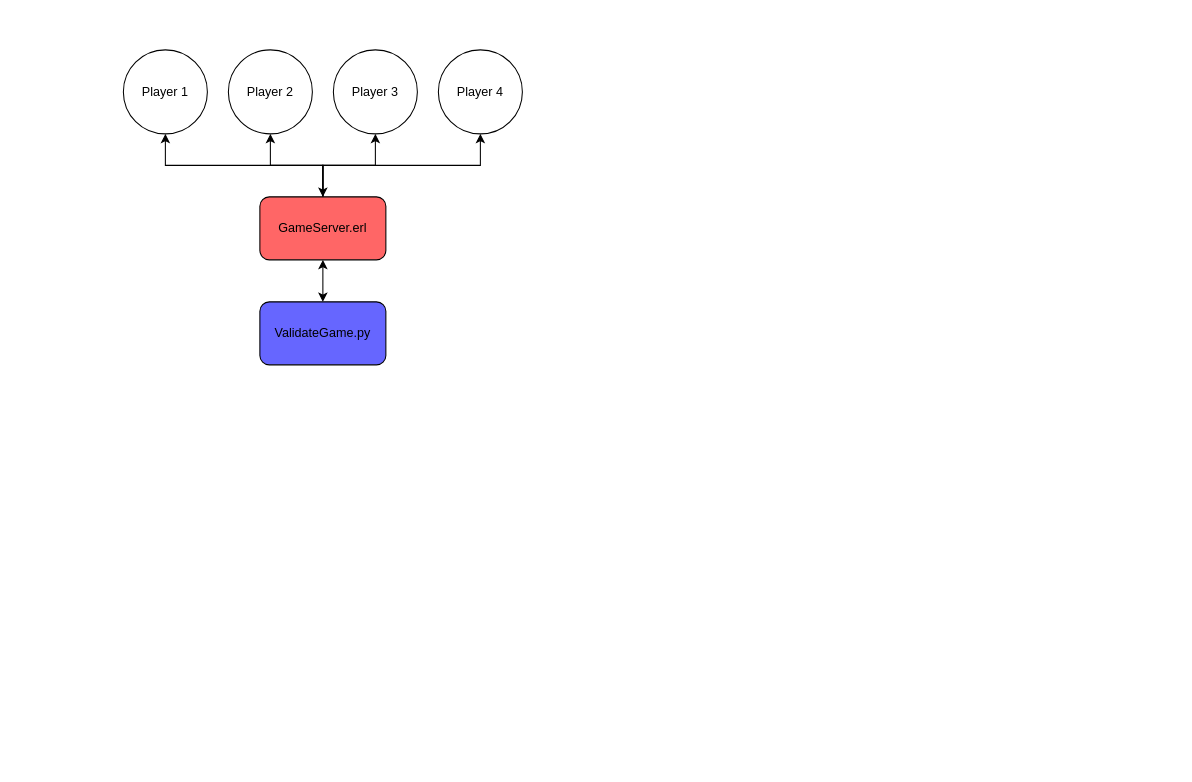
This is HalligameTopology.drawio from cole-glotfelty/Halligame, a draw.io file, before an edit. Source tidied: cells renumbered, new cells numbered last; positions are measured from the earlier drawing's top-left corner, leaving out a move shared by most shapes. Both pictures are drawn from the tidied source at 105%, with x=0, y=0 at pixel (123, 49).
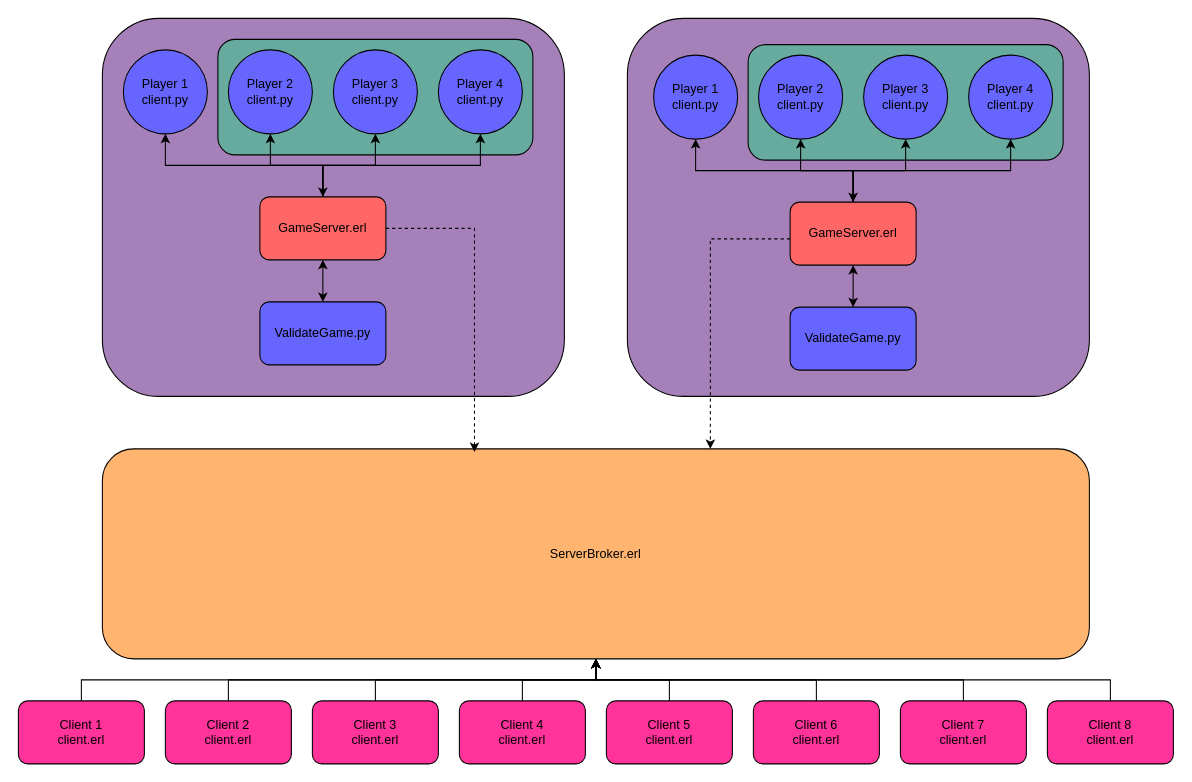
The same diagram, later.

Unchanged cells that the change refers to:
```xml
<mxCell id="6" value="GameServer.erl" style="rounded=1;whiteSpace=wrap;html=1;fillColor=#FF6666;" parent="1" vertex="1">
  <mxGeometry x="130" y="140" width="120" height="60" as="geometry" />
</mxCell>
```

What changed in the source:
```diff
@@
+    <mxCell id="13" style="rounded=1;whiteSpace=wrap;html=1;fillColor=#A680B8;" parent="1" vertex="1">
+      <mxGeometry x="480" y="-30" width="440" height="360" as="geometry" />
+    </mxCell>
+    <mxCell id="14" style="rounded=1;whiteSpace=wrap;html=1;fillColor=#A680B8;" parent="1" vertex="1">
+      <mxGeometry x="-20" y="-30" width="440" height="360" as="geometry" />
+    </mxCell>
+    <mxCell id="15" style="rounded=1;whiteSpace=wrap;html=1;fillColor=#67AB9F;" parent="1" vertex="1">
+      <mxGeometry x="90" y="-10" width="300" height="110" as="geometry" />
+    </mxCell>
@@
-    <mxCell id="9" value="Player 1" style="ellipse;whiteSpace=wrap;html=1;" parent="1" vertex="1">
+    <mxCell id="9" value="Player 1&lt;div&gt;client.py&lt;/div&gt;" style="ellipse;whiteSpace=wrap;html=1;fillColor=#6666FF;" parent="1" vertex="1">
       <mxGeometry width="80" height="80" as="geometry" />
     </mxCell>
-    <mxCell id="10" value="Player 2" style="ellipse;whiteSpace=wrap;html=1;" parent="1" vertex="1">
+    <mxCell id="10" value="Player 2&lt;div&gt;client.py&lt;/div&gt;" style="ellipse;whiteSpace=wrap;html=1;fillColor=#6666FF;" parent="1" vertex="1">
       <mxGeometry x="100" width="80" height="80" as="geometry" />
     </mxCell>
-    <mxCell id="11" value="Player 3" style="ellipse;whiteSpace=wrap;html=1;" parent="1" vertex="1">
+    <mxCell id="11" value="Player 3&lt;div&gt;client.py&lt;/div&gt;" style="ellipse;whiteSpace=wrap;html=1;fillColor=#6666FF;" parent="1" vertex="1">
       <mxGeometry x="200" width="80" height="80" as="geometry" />
     </mxCell>
-    <mxCell id="12" value="Player 4" style="ellipse;whiteSpace=wrap;html=1;" parent="1" vertex="1">
+    <mxCell id="12" value="Player 4&lt;div&gt;client.py&lt;/div&gt;" style="ellipse;whiteSpace=wrap;html=1;fillColor=#6666FF;" parent="1" vertex="1">
       <mxGeometry x="300" width="80" height="80" as="geometry" />
     </mxCell>
+    <mxCell id="16" style="rounded=1;whiteSpace=wrap;html=1;fillColor=#67AB9F;" parent="1" vertex="1">
+      <mxGeometry x="595" y="-5" width="300" height="110" as="geometry" />
+    </mxCell>
+    <mxCell id="17" style="edgeStyle=orthogonalEdgeStyle;rounded=0;jettySize=auto;html=1;entryX=0.5;entryY=1;entryDx=0;entryDy=0;" parent="1" edge="1" source="21" target="26">
+      <mxGeometry relative="1" as="geometry" />
+    </mxCell>
+    <mxCell id="18" style="edgeStyle=orthogonalEdgeStyle;rounded=0;jettySize=auto;html=1;entryX=0.5;entryY=1;entryDx=0;entryDy=0;" parent="1" edge="1" source="21" target="25">
+      <mxGeometry relative="1" as="geometry" />
+    </mxCell>
+    <mxCell id="19" style="edgeStyle=orthogonalEdgeStyle;rounded=0;jettySize=auto;html=1;exitX=0.5;exitY=0;exitDx=0;exitDy=0;entryX=0.5;entryY=1;entryDx=0;entryDy=0;" parent="1" edge="1" source="21" target="24">
+      <mxGeometry relative="1" as="geometry" />
+    </mxCell>
+    <mxCell id="20" style="edgeStyle=orthogonalEdgeStyle;rounded=0;jettySize=auto;html=1;exitX=0.5;exitY=0;exitDx=0;exitDy=0;entryX=0.5;entryY=1;entryDx=0;entryDy=0;startArrow=classic;startFill=1;" parent="1" edge="1" source="21" target="27">
+      <mxGeometry relative="1" as="geometry" />
+    </mxCell>
+    <mxCell id="21" value="GameServer.erl" style="rounded=1;whiteSpace=wrap;html=1;fillColor=#FF6666;" parent="1" vertex="1">
+      <mxGeometry x="635" y="145" width="120" height="60" as="geometry" />
+    </mxCell>
+    <mxCell id="22" style="edgeStyle=orthogonalEdgeStyle;rounded=0;jettySize=auto;html=1;entryX=0.5;entryY=1;entryDx=0;entryDy=0;startArrow=classic;startFill=1;" parent="1" edge="1" source="23" target="21">
+      <mxGeometry relative="1" as="geometry" />
+    </mxCell>
+    <mxCell id="23" value="ValidateGame.py" style="rounded=1;whiteSpace=wrap;html=1;fillColor=#6666FF;" parent="1" vertex="1">
+      <mxGeometry x="635" y="245" width="120" height="60" as="geometry" />
+    </mxCell>
+    <mxCell id="24" value="Player 1&lt;div&gt;client.py&lt;/div&gt;" style="ellipse;whiteSpace=wrap;html=1;fillColor=#6666FF;" parent="1" vertex="1">
+      <mxGeometry x="505" y="5" width="80" height="80" as="geometry" />
+    </mxCell>
+    <mxCell id="25" value="Player 2&lt;div&gt;client.py&lt;/div&gt;" style="ellipse;whiteSpace=wrap;html=1;fillColor=#6666FF;" parent="1" vertex="1">
+      <mxGeometry x="605" y="5" width="80" height="80" as="geometry" />
+    </mxCell>
+    <mxCell id="26" value="Player 3&lt;div&gt;client.py&lt;/div&gt;" style="ellipse;whiteSpace=wrap;html=1;fillColor=#6666FF;" parent="1" vertex="1">
+      <mxGeometry x="705" y="5" width="80" height="80" as="geometry" />
+    </mxCell>
+    <mxCell id="27" value="Player 4&lt;div&gt;client.py&lt;/div&gt;" style="ellipse;whiteSpace=wrap;html=1;fillColor=#6666FF;" parent="1" vertex="1">
+      <mxGeometry x="805" y="5" width="80" height="80" as="geometry" />
+    </mxCell>
+    <mxCell id="28" value="ServerBroker.erl" style="rounded=1;whiteSpace=wrap;html=1;fillColor=#FFB570;" parent="1" vertex="1">
+      <mxGeometry x="-20" y="380" width="940" height="200" as="geometry" />
+    </mxCell>
+    <mxCell id="29" style="edgeStyle=orthogonalEdgeStyle;rounded=0;jettySize=auto;html=1;entryX=0.616;entryY=0;entryDx=0;entryDy=0;entryPerimeter=0;dashed=1;" parent="1" edge="1" source="21" target="28">
+      <mxGeometry relative="1" as="geometry">
+        <Array as="points">
+          <mxPoint x="559" y="180" />
+        </Array>
+      </mxGeometry>
+    </mxCell>
+    <mxCell id="30" style="edgeStyle=orthogonalEdgeStyle;rounded=0;jettySize=auto;html=1;entryX=0.377;entryY=0.015;entryDx=0;entryDy=0;entryPerimeter=0;dashed=1;" parent="1" edge="1" source="6" target="28">
+      <mxGeometry relative="1" as="geometry">
+        <Array as="points">
+          <mxPoint x="334" y="170" />
+        </Array>
+      </mxGeometry>
+    </mxCell>
+    <mxCell id="31" style="edgeStyle=orthogonalEdgeStyle;rounded=0;jettySize=auto;html=1;" parent="1" edge="1" source="32" target="28">
+      <mxGeometry relative="1" as="geometry" />
+    </mxCell>
+    <mxCell id="32" value="Client 1&lt;div&gt;client.erl&lt;/div&gt;" style="rounded=1;whiteSpace=wrap;html=1;fillColor=#FF3399;" parent="1" vertex="1">
+      <mxGeometry x="-100" y="620" width="120" height="60" as="geometry" />
+    </mxCell>
+    <mxCell id="33" style="edgeStyle=orthogonalEdgeStyle;rounded=0;jettySize=auto;html=1;entryX=0.5;entryY=1;entryDx=0;entryDy=0;" parent="1" edge="1" source="34" target="28">
+      <mxGeometry relative="1" as="geometry" />
+    </mxCell>
+    <mxCell id="34" value="Client 2&lt;div&gt;client.erl&lt;/div&gt;" style="rounded=1;whiteSpace=wrap;html=1;fillColor=#FF3399;" parent="1" vertex="1">
+      <mxGeometry x="40" y="620" width="120" height="60" as="geometry" />
+    </mxCell>
+    <mxCell id="35" style="edgeStyle=orthogonalEdgeStyle;rounded=0;jettySize=auto;html=1;entryX=0.5;entryY=1;entryDx=0;entryDy=0;" parent="1" edge="1" source="36" target="28">
+      <mxGeometry relative="1" as="geometry" />
+    </mxCell>
+    <mxCell id="36" value="Client 3&lt;div&gt;client.erl&lt;/div&gt;" style="rounded=1;whiteSpace=wrap;html=1;fillColor=#FF3399;" parent="1" vertex="1">
+      <mxGeometry x="180" y="620" width="120" height="60" as="geometry" />
+    </mxCell>
+    <mxCell id="37" style="edgeStyle=orthogonalEdgeStyle;rounded=0;jettySize=auto;html=1;entryX=0.5;entryY=1;entryDx=0;entryDy=0;" parent="1" edge="1" source="38" target="28">
+      <mxGeometry relative="1" as="geometry" />
+    </mxCell>
+    <mxCell id="38" value="Client 4&lt;div&gt;client.erl&lt;/div&gt;" style="rounded=1;whiteSpace=wrap;html=1;fillColor=#FF3399;" parent="1" vertex="1">
+      <mxGeometry x="320" y="620" width="120" height="60" as="geometry" />
+    </mxCell>
+    <mxCell id="39" style="edgeStyle=orthogonalEdgeStyle;rounded=0;jettySize=auto;html=1;entryX=0.5;entryY=1;entryDx=0;entryDy=0;" parent="1" edge="1" source="40" target="28">
+      <mxGeometry relative="1" as="geometry" />
+    </mxCell>
+    <mxCell id="40" value="Client 5&lt;div&gt;client.erl&lt;/div&gt;" style="rounded=1;whiteSpace=wrap;html=1;fillColor=#FF3399;" parent="1" vertex="1">
+      <mxGeometry x="460" y="620" width="120" height="60" as="geometry" />
+    </mxCell>
+    <mxCell id="41" style="edgeStyle=orthogonalEdgeStyle;rounded=0;jettySize=auto;html=1;entryX=0.5;entryY=1;entryDx=0;entryDy=0;" parent="1" edge="1" source="42" target="28">
+      <mxGeometry relative="1" as="geometry" />
+    </mxCell>
+    <mxCell id="42" value="Client 6&lt;div&gt;client.erl&lt;/div&gt;" style="rounded=1;whiteSpace=wrap;html=1;fillColor=#FF3399;" parent="1" vertex="1">
+      <mxGeometry x="600" y="620" width="120" height="60" as="geometry" />
+    </mxCell>
+    <mxCell id="43" style="edgeStyle=orthogonalEdgeStyle;rounded=0;jettySize=auto;html=1;entryX=0.5;entryY=1;entryDx=0;entryDy=0;" parent="1" edge="1" source="44" target="28">
+      <mxGeometry relative="1" as="geometry" />
+    </mxCell>
+    <mxCell id="44" value="Client 7&lt;div&gt;client.erl&lt;/div&gt;" style="rounded=1;whiteSpace=wrap;html=1;fillColor=#FF3399;" parent="1" vertex="1">
+      <mxGeometry x="740" y="620" width="120" height="60" as="geometry" />
+    </mxCell>
+    <mxCell id="45" style="edgeStyle=orthogonalEdgeStyle;rounded=0;jettySize=auto;html=1;entryX=0.5;entryY=1;entryDx=0;entryDy=0;" parent="1" edge="1" source="46" target="28">
+      <mxGeometry relative="1" as="geometry" />
+    </mxCell>
+    <mxCell id="46" value="Client 8&lt;div&gt;client.erl&lt;/div&gt;" style="rounded=1;whiteSpace=wrap;html=1;fillColor=#FF3399;" parent="1" vertex="1">
+      <mxGeometry x="880" y="620" width="120" height="60" as="geometry" />
+    </mxCell>
```
